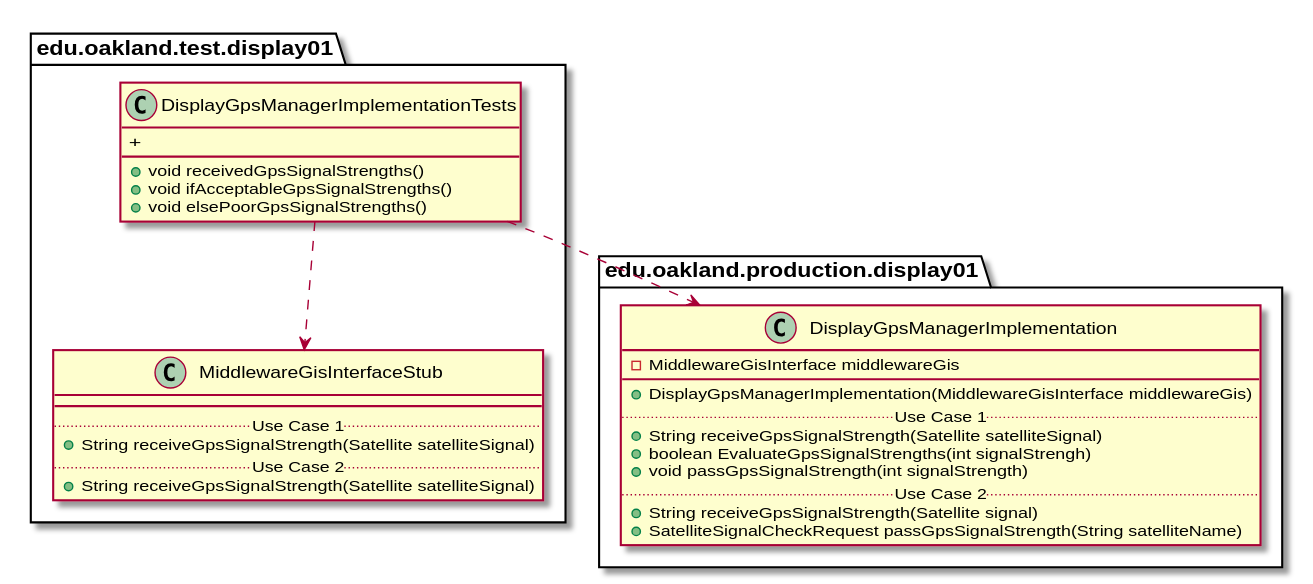
Above: docs/uml-class-diagrams/display01/test/DisplayGpsManagerImplementationTests/DisplayGpsManagerImplementationTests_DirectDependencies.svg in andrewdimmer/csi-3370-software-project (PlantUML), before the change.
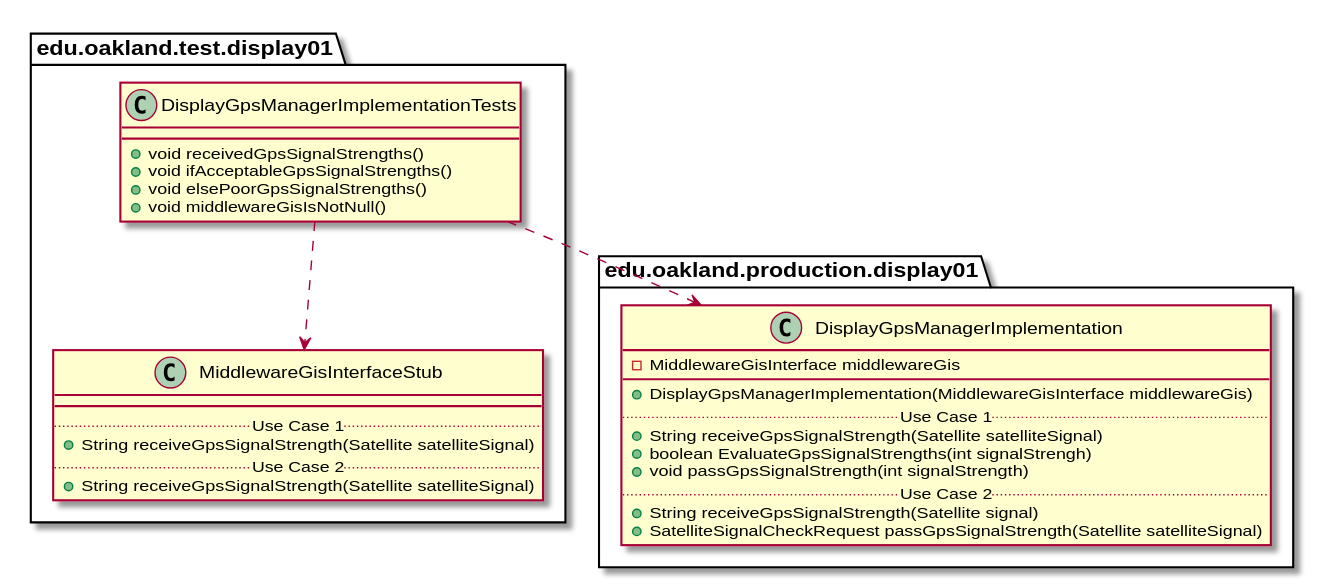
After the commit.

Diff of the diagram source:
```diff
@@ -6,7 +6,7 @@
         + void receivedGpsSignalStrengths()
         + void ifAcceptableGpsSignalStrengths()
         + void elsePoorGpsSignalStrengths()
-        +
+        + void middlewareGisIsNotNull()
     }
 }
 
@@ -36,7 +36,7 @@
     + void passGpsSignalStrength(int signalStrength)
     .. Use Case 2 ..
     + String receiveGpsSignalStrength(Satellite signal)
-    + SatelliteSignalCheckRequest passGpsSignalStrength(String satelliteName)
+    + SatelliteSignalCheckRequest passGpsSignalStrength(Satellite satelliteSignal)
     }
 }
 
```
